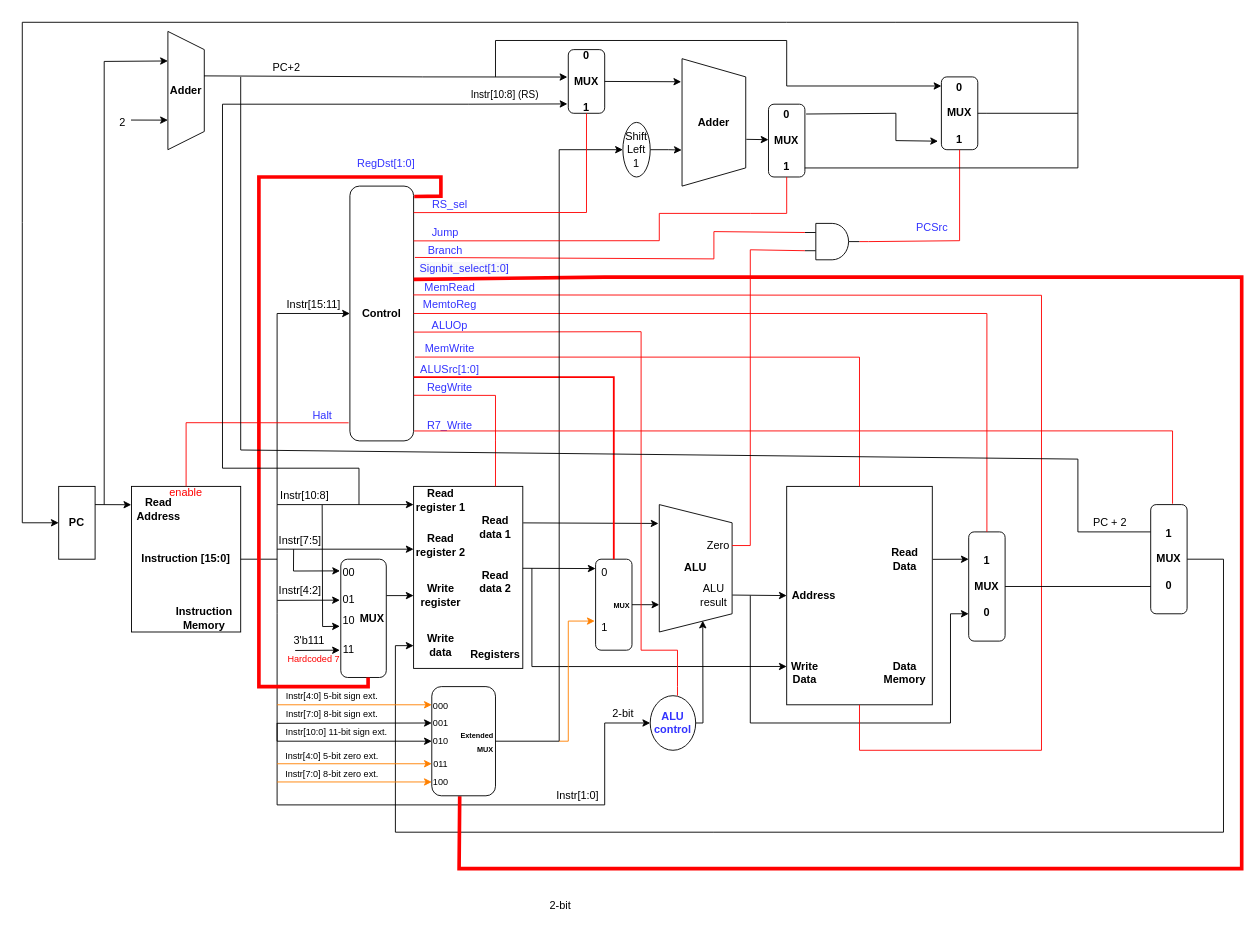
This is WISC-SP22.drawio from joshmeiyb/ECE552, a draw.io file, before an edit. Source tidied: cells renumbered, new cells numbered last; positions are measured from the earlier drawing's top-left corner, leaving out a move shared by most shapes. Both pictures are drawn from the tidied source at 91%, with x=0, y=0 at pixel (22, 22).
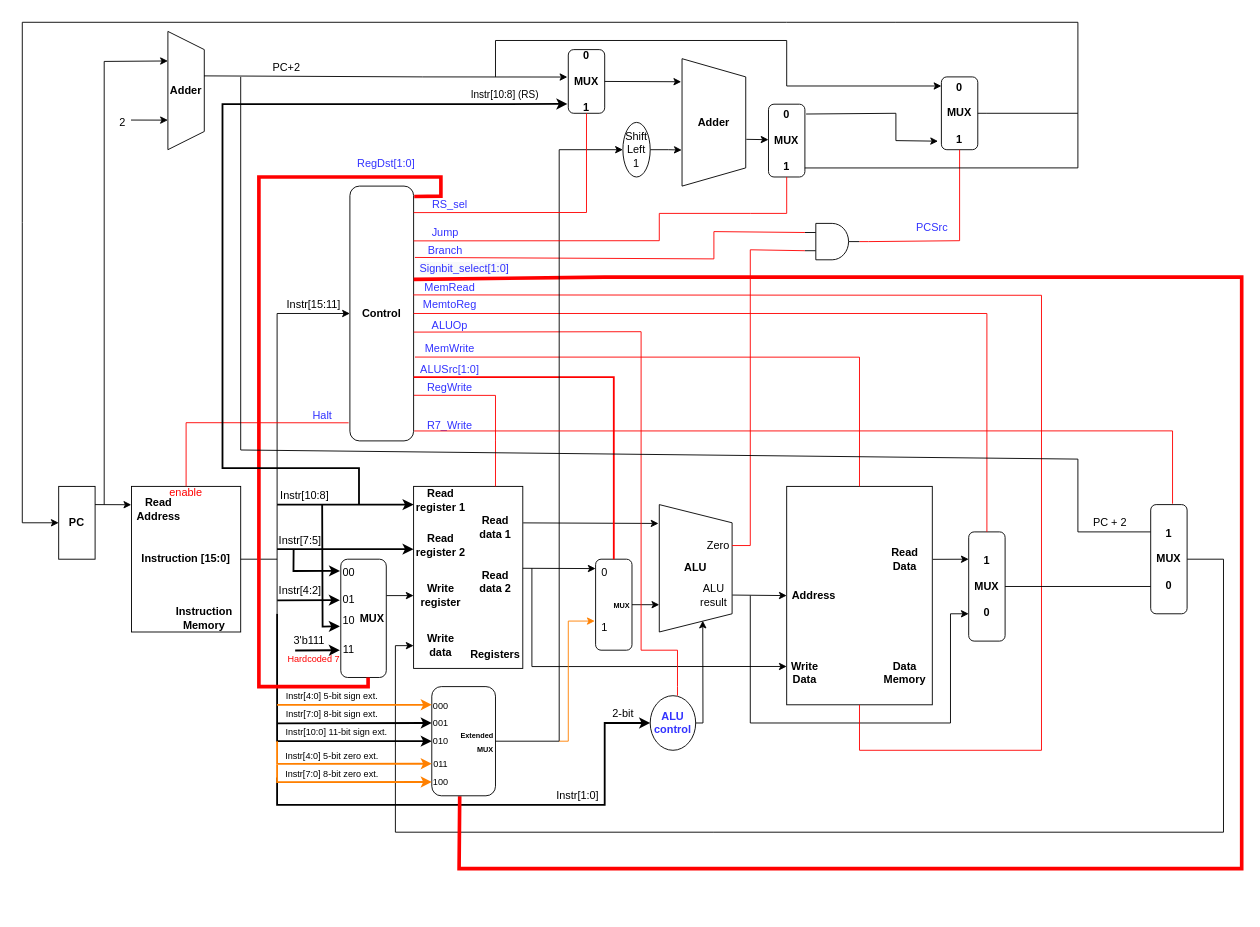
Above is the later version.

Unchanged cells that the change refers to:
```xml
<mxCell id="45" value="&lt;font color=&quot;#3333ff&quot;&gt;&lt;b&gt;ALU&lt;br&gt;control&lt;/b&gt;&lt;/font&gt;" style="ellipse;whiteSpace=wrap;html=1;" parent="1" vertex="1">
  <mxGeometry x="690" y="740" width="50" height="60" as="geometry" />
</mxCell>
<mxCell id="61" value="Instr[10:8]" style="text;html=1;align=center;verticalAlign=middle;points=[];strokeColor=none;fillColor=none;" parent="1" vertex="1">
  <mxGeometry x="275" y="510" width="70" height="20" as="geometry" />
</mxCell>
<mxCell id="62" value="Instr[7:5]" style="text;html=1;align=center;verticalAlign=middle;points=[];strokeColor=none;fillColor=none;" parent="1" vertex="1">
  <mxGeometry x="275" y="560" width="60" height="20" as="geometry" />
</mxCell>
<mxCell id="63" value="Instr[4:2]" style="text;html=1;align=center;verticalAlign=middle;points=[];strokeColor=none;fillColor=none;" parent="1" vertex="1">
  <mxGeometry x="275" y="615" width="60" height="20" as="geometry" />
</mxCell>
<mxCell id="85" style="endArrow=none;html=1;rounded=0;strokeColor=#FF0000;exitX=1.001;exitY=0.366;exitDx=0;exitDy=0;entryX=0.438;entryY=1.005;entryDx=0;entryDy=0;strokeWidth=4;entryPerimeter=0;exitPerimeter=0;" parent="1" edge="1" source="68" target="90">
  <mxGeometry relative="1" as="geometry">
    <Array as="points">
      <mxPoint x="640" y="280" />
      <mxPoint x="1160" y="280" />
      <mxPoint x="1340" y="280" />
      <mxPoint x="1340" y="930" />
      <mxPoint x="730" y="930" />
      <mxPoint x="480" y="930" />
    </Array>
  </mxGeometry>
</mxCell>
<mxCell id="92" value="010" style="text;html=1;strokeColor=none;fillColor=none;align=center;verticalAlign=middle;whiteSpace=wrap;rounded=0;fontSize=10;" parent="1" vertex="1">
  <mxGeometry x="450" y="775" width="20" height="30" as="geometry" />
</mxCell>
<mxCell id="96" value="00" style="text;html=1;strokeColor=none;fillColor=none;align=center;verticalAlign=middle;whiteSpace=wrap;rounded=0;" parent="1" vertex="1">
  <mxGeometry x="349" y="590" width="20" height="30" as="geometry" />
</mxCell>
<mxCell id="97" value="01" style="text;html=1;strokeColor=none;fillColor=none;align=center;verticalAlign=middle;whiteSpace=wrap;rounded=0;" parent="1" vertex="1">
  <mxGeometry x="349" y="620" width="20" height="30" as="geometry" />
</mxCell>
<mxCell id="98" value="10" style="text;html=1;strokeColor=none;fillColor=none;align=center;verticalAlign=middle;whiteSpace=wrap;rounded=0;" parent="1" vertex="1">
  <mxGeometry x="349" y="645" width="20" height="25" as="geometry" />
</mxCell>
<mxCell id="99" value="11" style="text;html=1;strokeColor=none;fillColor=none;align=center;verticalAlign=middle;whiteSpace=wrap;rounded=0;" parent="1" vertex="1">
  <mxGeometry x="349" y="675" width="20" height="30" as="geometry" />
</mxCell>
<mxCell id="109" value="&lt;b&gt;0&lt;br&gt;&lt;br&gt;MUX&lt;br&gt;&lt;br&gt;1&lt;/b&gt;" style="rounded=1;whiteSpace=wrap;html=1;" parent="1" vertex="1">
  <mxGeometry x="600" y="30" width="40" height="70" as="geometry" />
</mxCell>
<mxCell id="121" value="3'b111" style="text;html=1;align=center;verticalAlign=middle;points=[];strokeColor=none;fillColor=none;" parent="1" vertex="1">
  <mxGeometry x="290" y="670" width="50" height="20" as="geometry" />
</mxCell>
<mxCell id="123" value="001" style="text;html=1;strokeColor=none;fillColor=none;align=center;verticalAlign=middle;whiteSpace=wrap;rounded=0;fontSize=10;" parent="1" vertex="1">
  <mxGeometry x="450" y="755" width="20" height="30" as="geometry" />
</mxCell>
<mxCell id="131" value="&lt;font style=&quot;font-size: 10px&quot;&gt;Instr[7:0] 8-bit sign ext.&lt;/font&gt;" style="text;html=1;align=center;verticalAlign=middle;points=[];strokeColor=none;fillColor=none;" parent="1" vertex="1">
  <mxGeometry x="280" y="750" width="120" height="20" as="geometry" />
</mxCell>
<mxCell id="135" value="&lt;font style=&quot;font-size: 10px&quot;&gt;Instr[4:0] 5-bit zero ext.&lt;/font&gt;" style="text;html=1;align=center;verticalAlign=middle;points=[];strokeColor=none;fillColor=none;" parent="1" vertex="1">
  <mxGeometry x="280" y="796" width="120" height="20" as="geometry" />
</mxCell>
```

Change to the diagram source:
```diff
@@
-    <mxCell id="22" style="endArrow=classic;html=1;rounded=0;" parent="1" edge="1">
+    <mxCell id="22" style="endArrow=classic;html=1;rounded=0;strokeWidth=2;" parent="1" edge="1">
       <mxGeometry relative="1" as="geometry">
         <mxPoint x="280" y="579" as="sourcePoint" />
         <mxPoint x="430" y="579" as="targetPoint" />
       </mxGeometry>
     </mxCell>
-    <mxCell id="23" style="endArrow=classic;html=1;rounded=0;" parent="1" edge="1">
+    <mxCell id="23" style="endArrow=classic;html=1;rounded=0;strokeWidth=2;" parent="1" edge="1">
       <mxGeometry relative="1" as="geometry">
         <mxPoint x="280" y="530" as="sourcePoint" />
         <mxPoint x="430" y="530" as="targetPoint" />
       </mxGeometry>
     </mxCell>
-    <mxCell id="24" style="endArrow=classic;html=1;rounded=0;exitX=0.386;exitY=0.953;exitDx=0;exitDy=0;exitPerimeter=0;entryX=0.009;entryY=0.428;entryDx=0;entryDy=0;entryPerimeter=0;" parent="1" edge="1" source="62" target="96">
+    <mxCell id="24" style="endArrow=classic;html=1;rounded=0;exitX=0.386;exitY=0.953;exitDx=0;exitDy=0;exitPerimeter=0;entryX=0.009;entryY=0.428;entryDx=0;entryDy=0;entryPerimeter=0;strokeWidth=2;" parent="1" edge="1" source="62" target="96">
       <mxGeometry relative="1" as="geometry">
         <Array as="points">
           <mxPoint x="298" y="603" />
         </Array>
       </mxGeometry>
     </mxCell>
-    <mxCell id="25" style="endArrow=classic;html=1;rounded=0;entryX=0;entryY=0.5;entryDx=0;entryDy=0;exitX=0.086;exitY=1.013;exitDx=0;exitDy=0;exitPerimeter=0;" parent="1" edge="1" source="63" target="97">
+    <mxCell id="25" style="endArrow=classic;html=1;rounded=0;entryX=0;entryY=0.5;entryDx=0;entryDy=0;exitX=0.086;exitY=1.013;exitDx=0;exitDy=0;exitPerimeter=0;strokeWidth=2;" parent="1" edge="1" source="63" target="97">
       <mxGeometry relative="1" as="geometry" />
     </mxCell>
@@
-    <mxCell id="33" style="endArrow=classic;html=1;rounded=0;entryX=0;entryY=0.5;entryDx=0;entryDy=0;" parent="1" edge="1" target="92">
+    <mxCell id="33" style="endArrow=classic;html=1;rounded=0;entryX=0;entryY=0.5;entryDx=0;entryDy=0;strokeWidth=2;" parent="1" edge="1" target="92">
       <mxGeometry relative="1" as="geometry">
         <mxPoint x="280" y="650" as="sourcePoint" />
         <Array as="points">
           <mxPoint x="280" y="790" />
         </Array>
       </mxGeometry>
     </mxCell>
@@
-    <mxCell id="46" style="endArrow=classic;html=1;rounded=0;entryX=0;entryY=0.5;entryDx=0;entryDy=0;" parent="1" edge="1" target="45">
+    <mxCell id="46" style="endArrow=classic;html=1;rounded=0;entryX=0;entryY=0.5;entryDx=0;entryDy=0;strokeWidth=2;" parent="1" edge="1" target="45">
       <mxGeometry relative="1" as="geometry">
-        <mxPoint x="280" y="770" as="sourcePoint" />
+        <mxPoint x="280" y="840" as="sourcePoint" />
         <Array as="points">
+          <mxPoint x="280" y="830" />
           <mxPoint x="280" y="860" />
           <mxPoint x="640" y="860" />
           <mxPoint x="640" y="770" />
         </Array>
       </mxGeometry>
     </mxCell>
@@
-    <mxCell id="86" value="&lt;font style=&quot;font-size: 12px&quot;&gt;2-bit&lt;/font&gt;" style="edgeLabel;html=1;align=center;verticalAlign=middle;fontSize=10;" parent="85" vertex="1">
-      <mxGeometry x="0.84" y="4" relative="1" as="geometry">
-        <mxPoint x="-10" y="36" as="offset" />
-      </mxGeometry>
-    </mxCell>
@@
-    <mxCell id="100" style="endArrow=classic;html=1;rounded=0;strokeColor=#000000;strokeWidth=1;exitX=0.779;exitY=1.017;exitDx=0;exitDy=0;exitPerimeter=0;entryX=0;entryY=0.75;entryDx=0;entryDy=0;" parent="1" edge="1" source="61" target="98">
+    <mxCell id="100" style="endArrow=classic;html=1;rounded=0;strokeColor=#000000;strokeWidth=2;exitX=0.779;exitY=1.017;exitDx=0;exitDy=0;exitPerimeter=0;entryX=0;entryY=0.75;entryDx=0;entryDy=0;" parent="1" edge="1" source="61" target="98">
       <mxGeometry relative="1" as="geometry">
         <Array as="points">
           <mxPoint x="330" y="664" />
         </Array>
       </mxGeometry>
     </mxCell>
-    <mxCell id="101" style="endArrow=classic;html=1;rounded=0;strokeColor=#000000;strokeWidth=1;entryX=0;entryY=0.5;entryDx=0;entryDy=0;exitX=0.197;exitY=1.016;exitDx=0;exitDy=0;exitPerimeter=0;" parent="1" edge="1" source="121" target="99">
+    <mxCell id="101" style="endArrow=classic;html=1;rounded=0;strokeColor=#000000;strokeWidth=2;entryX=0;entryY=0.5;entryDx=0;entryDy=0;exitX=0.197;exitY=1.016;exitDx=0;exitDy=0;exitPerimeter=0;" parent="1" edge="1" source="121" target="99">
       <mxGeometry relative="1" as="geometry" />
     </mxCell>
@@
-    <mxCell id="110" style="endArrow=classic;html=1;rounded=0;fontColor=#000000;strokeColor=#000000;strokeWidth=1;entryX=-0.024;entryY=0.853;entryDx=0;entryDy=0;entryPerimeter=0;" parent="1" edge="1" target="109">
+    <mxCell id="110" style="endArrow=classic;html=1;rounded=0;fontColor=#000000;strokeColor=#000000;strokeWidth=2;entryX=-0.024;entryY=0.853;entryDx=0;entryDy=0;entryPerimeter=0;" parent="1" edge="1" target="109">
       <mxGeometry relative="1" as="geometry">
         <mxPoint x="370" y="530" as="sourcePoint" />
         <Array as="points">
           <mxPoint x="370" y="490" />
           <mxPoint x="220" y="490" />
           <mxPoint x="220" y="90" />
           <mxPoint x="490" y="90" />
         </Array>
       </mxGeometry>
     </mxCell>
@@
-    <mxCell id="129" style="endArrow=classic;html=1;rounded=0;fontSize=8;fontColor=#000000;strokeColor=#FF8000;strokeWidth=1;entryX=0;entryY=0.5;entryDx=0;entryDy=0;" parent="1" edge="1">
+    <mxCell id="129" style="endArrow=classic;html=1;rounded=0;fontSize=8;fontColor=#000000;strokeColor=#FF8000;strokeWidth=2;entryX=0;entryY=0.5;entryDx=0;entryDy=0;" parent="1" edge="1">
       <mxGeometry relative="1" as="geometry">
         <mxPoint x="280" y="750" as="sourcePoint" />
         <mxPoint x="450" y="750" as="targetPoint" />
       </mxGeometry>
     </mxCell>
-    <mxCell id="130" style="endArrow=classic;html=1;rounded=0;fontSize=8;fontColor=#000000;strokeColor=#000000;strokeWidth=1;entryX=0;entryY=0.5;entryDx=0;entryDy=0;exitX=0;exitY=1.017;exitDx=0;exitDy=0;exitPerimeter=0;" parent="1" edge="1" source="131" target="123">
+    <mxCell id="130" style="endArrow=classic;html=1;rounded=0;fontSize=8;fontColor=#000000;strokeColor=#000000;strokeWidth=2;entryX=0;entryY=0.5;entryDx=0;entryDy=0;exitX=0;exitY=1.017;exitDx=0;exitDy=0;exitPerimeter=0;" parent="1" edge="1" source="131" target="123">
       <mxGeometry relative="1" as="geometry" />
     </mxCell>
@@
-    <mxCell id="133" style="endArrow=classic;html=1;rounded=0;fontSize=8;fontColor=#000000;strokeColor=#FF8000;strokeWidth=1;entryX=0;entryY=0.5;entryDx=0;entryDy=0;" parent="1" edge="1">
+    <mxCell id="133" style="endArrow=classic;html=1;rounded=0;fontSize=8;fontColor=#000000;strokeColor=#FF8000;strokeWidth=2;entryX=0;entryY=0.5;entryDx=0;entryDy=0;" parent="1" edge="1">
       <mxGeometry relative="1" as="geometry">
-        <mxPoint x="280" y="814.8" as="sourcePoint" />
+        <mxPoint x="280" y="790" as="sourcePoint" />
         <mxPoint x="450" y="814.8" as="targetPoint" />
+        <Array as="points">
+          <mxPoint x="280" y="815" />
+        </Array>
       </mxGeometry>
     </mxCell>
-    <mxCell id="134" style="endArrow=classic;html=1;rounded=0;fontSize=8;fontColor=#000000;strokeColor=#FF8000;strokeWidth=1;entryX=0;entryY=0.5;entryDx=0;entryDy=0;" parent="1" edge="1">
+    <mxCell id="134" style="endArrow=classic;html=1;rounded=0;fontSize=8;fontColor=#000000;strokeColor=#FF8000;strokeWidth=2;entryX=0;entryY=0.5;entryDx=0;entryDy=0;exitX=0;exitY=0.989;exitDx=0;exitDy=0;exitPerimeter=0;" parent="1" edge="1" source="135">
       <mxGeometry relative="1" as="geometry">
-        <mxPoint x="280" y="834.8" as="sourcePoint" />
         <mxPoint x="450" y="834.8" as="targetPoint" />
+        <Array as="points">
+          <mxPoint x="280" y="835" />
+        </Array>
       </mxGeometry>
     </mxCell>
```
